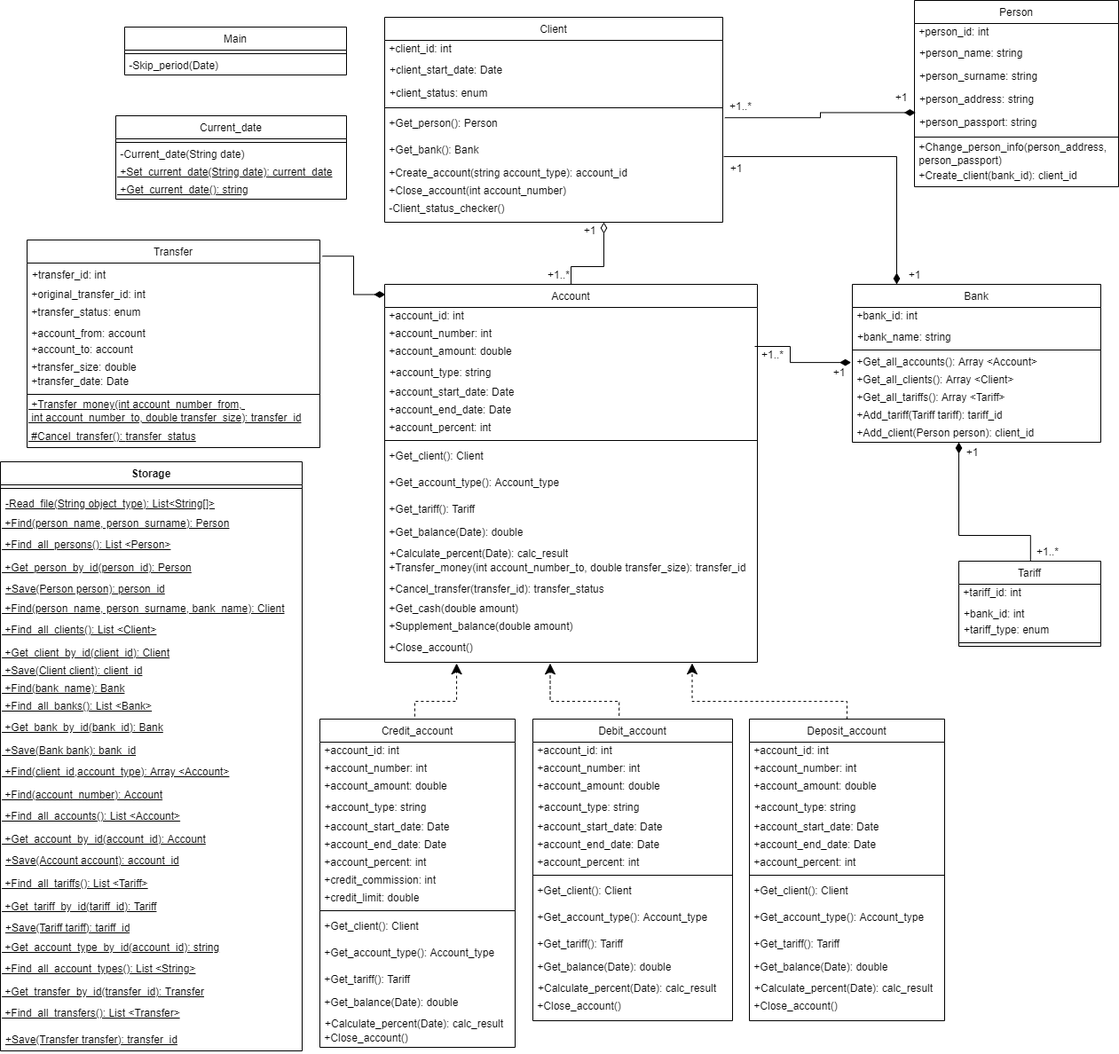
Tanitum/Banking-system keeps this draw.io diagram as Banking diagram.png. Above is the earlier version. Source tidied: cells renumbered, new cells last; positions are measured from the earlier drawing's top-left corner, leaving out a move shared by most shapes.
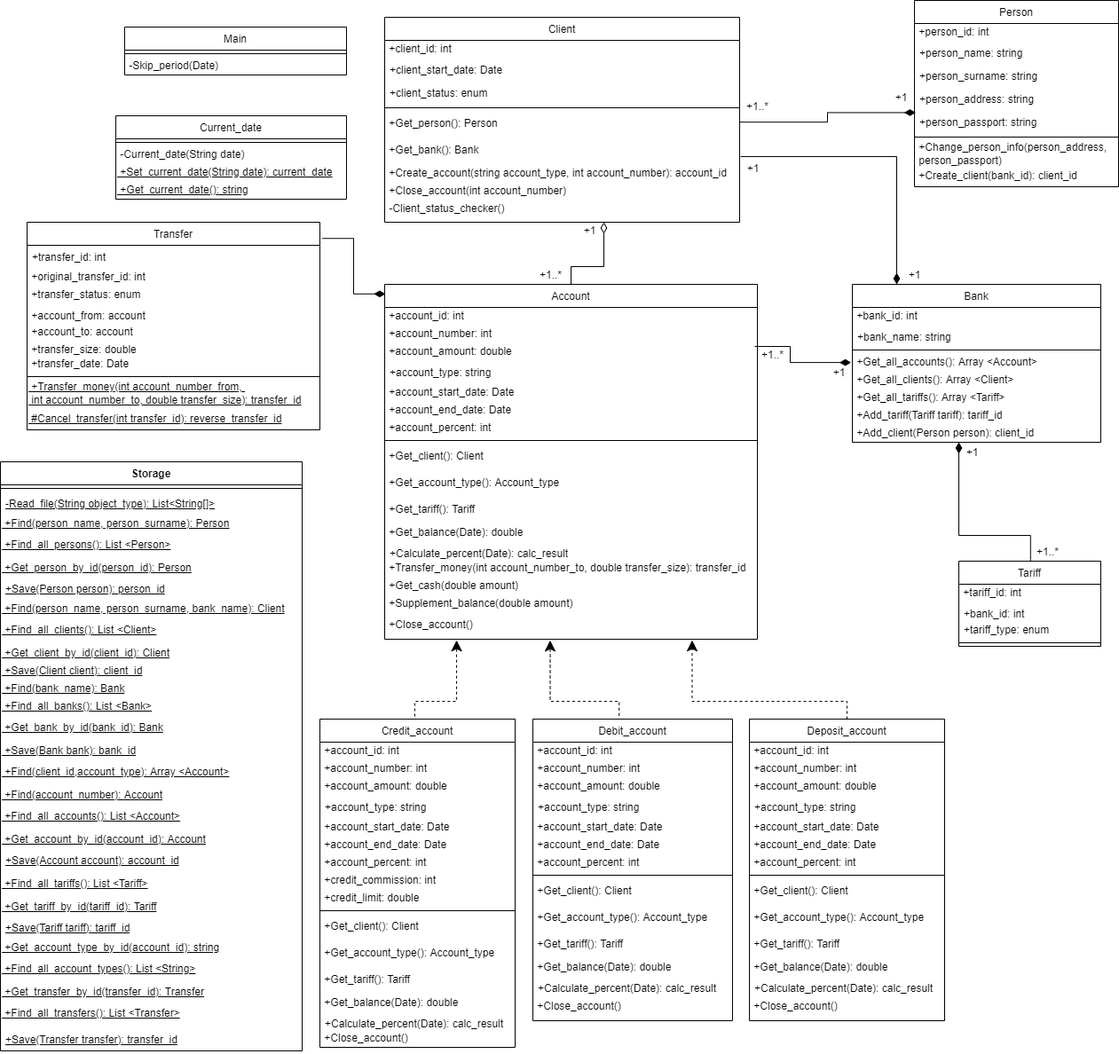
Later version of the same file.

Change to the diagram source:
```diff
@@ -3,37 +3,37 @@
     <mxCell id="0" />
     <mxCell id="1" parent="0" />
     <mxCell id="2" value="Client" style="swimlane;fontStyle=0;align=center;verticalAlign=top;horizontal=1;startSize=26;rounded=0;shadow=0;strokeWidth=1;" parent="1" vertex="1">
-      <mxGeometry x="433" y="19" width="381" height="231" as="geometry" />
+      <mxGeometry x="433" y="19" width="400" height="231" as="geometry" />
     </mxCell>
     <mxCell id="3" value="&lt;span&gt;&amp;nbsp;+client_id: int&lt;/span&gt;" style="text;html=1;align=left;verticalAlign=middle;strokeColor=none;fillColor=none;" parent="2" vertex="1">
-      <mxGeometry y="26" width="381" height="20" as="geometry" />
+      <mxGeometry y="26" width="400" height="20" as="geometry" />
     </mxCell>
     <mxCell id="4" value="+client_start_date: Date" style="text;align=left;verticalAlign=top;spacingLeft=4;spacingRight=4;overflow=hidden;" parent="2" vertex="1">
-      <mxGeometry y="46" width="381" height="26" as="geometry" />
+      <mxGeometry y="46" width="400" height="26" as="geometry" />
     </mxCell>
     <mxCell id="5" value="+client_status: enum" style="text;strokeColor=none;fillColor=none;align=left;verticalAlign=top;spacingLeft=4;spacingRight=4;overflow=hidden;" parent="2" vertex="1">
-      <mxGeometry y="72" width="381" height="26" as="geometry" />
+      <mxGeometry y="72" width="400" height="26" as="geometry" />
     </mxCell>
     <mxCell id="6" style="line;html=1;strokeWidth=1;align=left;verticalAlign=middle;spacingTop=-1;spacingLeft=3;spacingRight=3;labelPosition=right;" parent="2" vertex="1">
-      <mxGeometry y="98" width="381" height="8" as="geometry" />
+      <mxGeometry y="98" width="400" height="8" as="geometry" />
     </mxCell>
     <mxCell id="7" value="&lt;span style=&quot;color: rgb(0 , 0 , 0) ; font-family: &amp;#34;helvetica&amp;#34; ; font-size: 12px ; font-style: normal ; font-weight: 400 ; letter-spacing: normal ; text-align: left ; text-indent: 0px ; text-transform: none ; word-spacing: 0px ; display: inline ; float: none&quot;&gt;&amp;nbsp;+Get_person(): Person&lt;/span&gt;" style="text;whiteSpace=wrap;html=1;" parent="2" vertex="1">
-      <mxGeometry y="106" width="381" height="30" as="geometry" />
+      <mxGeometry y="106" width="400" height="30" as="geometry" />
     </mxCell>
     <mxCell id="8" value="&lt;span style=&quot;font-family: &amp;#34;helvetica&amp;#34;&quot;&gt;&amp;nbsp;+Get_bank(): Bank&lt;/span&gt;" style="text;whiteSpace=wrap;html=1;" parent="2" vertex="1">
-      <mxGeometry y="136" width="381" height="30" as="geometry" />
+      <mxGeometry y="136" width="400" height="30" as="geometry" />
     </mxCell>
-    <mxCell id="9" value="&lt;span&gt;&amp;nbsp;+Create_account(string account_type): account_id&lt;/span&gt;" style="text;html=1;align=left;verticalAlign=middle;strokeColor=none;fillColor=none;" parent="2" vertex="1">
-      <mxGeometry y="166" width="381" height="20" as="geometry" />
+    <mxCell id="9" value="&lt;span&gt;&amp;nbsp;+Create_account(string account_type, int account_number): account_id&lt;/span&gt;" style="text;html=1;align=left;verticalAlign=middle;strokeColor=none;fillColor=none;" parent="2" vertex="1">
+      <mxGeometry y="166" width="400" height="20" as="geometry" />
     </mxCell>
     <mxCell id="10" value="&amp;nbsp;+Close_account(int&lt;span&gt;&amp;nbsp;account_number&lt;/span&gt;)" style="text;html=1;align=left;verticalAlign=middle;strokeColor=none;fillColor=none;" parent="2" vertex="1">
-      <mxGeometry y="186" width="381" height="20" as="geometry" />
+      <mxGeometry y="186" width="400" height="20" as="geometry" />
     </mxCell>
     <mxCell id="11" value="&amp;nbsp;-Client_status_checker()" style="text;html=1;align=left;verticalAlign=middle;strokeColor=none;fillColor=none;" parent="2" vertex="1">
-      <mxGeometry y="206" width="381" height="20" as="geometry" />
+      <mxGeometry y="206" width="400" height="20" as="geometry" />
     </mxCell>
     <mxCell id="12" value="Account" style="swimlane;fontStyle=0;align=center;verticalAlign=top;horizontal=1;startSize=26;rounded=0;shadow=0;strokeWidth=1;" parent="1" vertex="1">
-      <mxGeometry x="433" y="320" width="420" height="426" as="geometry" />
+      <mxGeometry x="433" y="320" width="420" height="400" as="geometry" />
     </mxCell>
     <mxCell id="13" value="&lt;span style=&quot;&quot;&gt;&amp;nbsp;+account_id: int&lt;/span&gt;" style="text;html=1;align=left;verticalAlign=middle;strokeColor=none;fillColor=none;" parent="12" vertex="1">
       <mxGeometry y="26" width="420" height="20" as="geometry" />
@@ -77,17 +77,14 @@
     <mxCell id="26" value="&amp;nbsp;+Transfer_money(int&amp;nbsp;account_number_to, double&amp;nbsp;&lt;span style=&quot;font-family: &amp;#34;helvetica&amp;#34;&quot;&gt;transfer_size&lt;/span&gt;): transfer_id" style="text;html=1;align=left;verticalAlign=middle;strokeColor=none;fillColor=none;" parent="12" vertex="1">
       <mxGeometry y="310" width="420" height="20" as="geometry" />
     </mxCell>
-    <mxCell id="27" value="&lt;span style=&quot;color: rgb(0 , 0 , 0) ; font-family: &amp;#34;helvetica&amp;#34; ; font-size: 12px ; font-style: normal ; font-weight: 400 ; letter-spacing: normal ; text-align: left ; text-indent: 0px ; text-transform: none ; word-spacing: 0px ; display: inline ; float: none&quot;&gt;&amp;nbsp;+Cancel_transfer(transfer_id):&amp;nbsp;&lt;span style=&quot;font-family: &amp;#34;helvetica&amp;#34;&quot;&gt;transfer_status&lt;/span&gt;&lt;/span&gt;" style="text;whiteSpace=wrap;html=1;" parent="12" vertex="1">
-      <mxGeometry y="330" width="420" height="26" as="geometry" />
-    </mxCell>
     <mxCell id="28" value="&amp;nbsp;+Get_cash(double amount)" style="text;html=1;align=left;verticalAlign=middle;strokeColor=none;fillColor=none;" parent="12" vertex="1">
-      <mxGeometry y="356" width="420" height="20" as="geometry" />
+      <mxGeometry y="330" width="420" height="20" as="geometry" />
     </mxCell>
     <mxCell id="29" value="&amp;nbsp;+Supplement_balance(double amount)" style="text;html=1;align=left;verticalAlign=middle;strokeColor=none;fillColor=none;" parent="12" vertex="1">
-      <mxGeometry y="376" width="420" height="20" as="geometry" />
+      <mxGeometry y="350" width="420" height="20" as="geometry" />
     </mxCell>
     <mxCell id="30" value="&lt;span style=&quot;color: rgb(0 , 0 , 0) ; font-family: &amp;#34;helvetica&amp;#34; ; font-size: 12px ; font-style: normal ; font-weight: 400 ; letter-spacing: normal ; text-align: left ; text-indent: 0px ; text-transform: none ; word-spacing: 0px&quot;&gt;&amp;nbsp;+Close_account(&lt;/span&gt;&lt;span style=&quot;color: rgb(0 , 0 , 0) ; font-family: &amp;#34;helvetica&amp;#34; ; font-size: 12px ; font-style: normal ; font-weight: 400 ; letter-spacing: normal ; text-align: left ; text-indent: 0px ; text-transform: none ; word-spacing: 0px&quot;&gt;)&lt;/span&gt;" style="text;whiteSpace=wrap;html=1;" parent="12" vertex="1">
-      <mxGeometry y="396" width="420" height="30" as="geometry" />
+      <mxGeometry y="370" width="420" height="30" as="geometry" />
     </mxCell>
     <mxCell id="31" style="endArrow=diamondThin;endSize=10;endFill=0;shadow=0;strokeWidth=1;rounded=0;edgeStyle=elbowEdgeStyle;elbow=vertical;exitX=0.5;exitY=0;exitDx=0;exitDy=0;" parent="1" edge="1" source="12" target="2">
       <mxGeometry relative="1" as="geometry">
@@ -129,7 +126,7 @@
       <mxGeometry x="648.5" y="250" width="30" height="20" as="geometry" />
     </mxCell>
     <mxCell id="42" value="+1..*" style="text;html=1;align=center;verticalAlign=middle;strokeColor=none;fillColor=none;" parent="1" vertex="1">
-      <mxGeometry x="608.5" y="300" width="40" height="20" as="geometry" />
+      <mxGeometry x="600" y="300" width="40" height="20" as="geometry" />
     </mxCell>
     <mxCell id="43" value="Bank" style="swimlane;fontStyle=0;align=center;verticalAlign=top;horizontal=1;startSize=26;" parent="1" vertex="1">
       <mxGeometry x="960" y="320" width="280" height="178" as="geometry" />
@@ -192,13 +189,11 @@
     <mxCell id="56" value="+1" style="text;html=1;align=center;verticalAlign=middle;strokeColor=none;fillColor=none;" parent="1" vertex="1">
       <mxGeometry x="930" y="410" width="30" height="20" as="geometry" />
     </mxCell>
-    <mxCell id="57" style="edgeStyle=elbowEdgeStyle;elbow=horizontal;endArrow=diamondThin;html=1;rounded=0;endSize=10;targetPerimeterSpacing=10;strokeWidth=1;entryX=0.006;entryY=0.094;entryDx=0;entryDy=0;entryPerimeter=0;endFill=1;startArrow=none;exitX=1.006;exitY=0.24;exitDx=0;exitDy=0;exitPerimeter=0;" parent="1" edge="1" target="37">
-      <mxGeometry relative="1" as="geometry">
-        <mxPoint x="816.3" y="132.2" as="sourcePoint" />
-      </mxGeometry>
+    <mxCell id="57" style="edgeStyle=elbowEdgeStyle;elbow=horizontal;endArrow=diamondThin;html=1;rounded=0;endSize=10;targetPerimeterSpacing=10;strokeWidth=1;entryX=0.006;entryY=0.094;entryDx=0;entryDy=0;entryPerimeter=0;endFill=1;startArrow=none;exitX=1;exitY=0.406;exitDx=0;exitDy=0;exitPerimeter=0;" parent="1" edge="1" source="7" target="37">
+      <mxGeometry relative="1" as="geometry" />
     </mxCell>
     <mxCell id="58" value="+1" style="text;html=1;align=center;verticalAlign=middle;strokeColor=none;fillColor=none;" parent="1" vertex="1">
-      <mxGeometry x="814" y="180" width="30" height="20" as="geometry" />
+      <mxGeometry x="833" y="180" width="30" height="20" as="geometry" />
     </mxCell>
     <mxCell id="59" value="+1" style="text;html=1;align=center;verticalAlign=middle;strokeColor=none;fillColor=none;" parent="1" vertex="1">
       <mxGeometry x="1000" y="100" width="30" height="20" as="geometry" />
@@ -415,10 +410,10 @@
       </mxGeometry>
     </mxCell>
     <mxCell id="121" value="+1..*" style="text;html=1;align=center;verticalAlign=middle;strokeColor=none;fillColor=none;" parent="1" vertex="1">
-      <mxGeometry x="814" y="110" width="40" height="20" as="geometry" />
+      <mxGeometry x="833" y="110" width="40" height="20" as="geometry" />
     </mxCell>
     <mxCell id="122" value="Transfer" style="swimlane;fontStyle=0;align=center;verticalAlign=top;horizontal=1;startSize=26;" parent="1" vertex="1">
-      <mxGeometry x="30" y="270" width="330" height="234" as="geometry" />
+      <mxGeometry x="30" y="250" width="330" height="234" as="geometry" />
     </mxCell>
     <mxCell id="123" value="+transfer_id: int" style="text;strokeColor=none;fillColor=none;align=left;verticalAlign=top;spacingLeft=4;spacingRight=4;overflow=hidden;" parent="122" vertex="1">
       <mxGeometry y="26" width="330" height="26" as="geometry" />
@@ -447,7 +442,7 @@
     <mxCell id="131" value="&amp;nbsp;+Transfer_money(int&amp;nbsp;account_number_from, &lt;br&gt;&amp;nbsp;int&amp;nbsp;account_number_to, double&amp;nbsp;&lt;span style=&quot;font-family: &amp;quot;helvetica&amp;quot;&quot;&gt;transfer_size&lt;/span&gt;): transfer_id" style="text;html=1;align=left;verticalAlign=middle;strokeColor=none;fillColor=none;fontStyle=4;" parent="122" vertex="1">
       <mxGeometry y="178" width="330" height="30" as="geometry" />
     </mxCell>
-    <mxCell id="132" value="&lt;span style=&quot;color: rgb(0 , 0 , 0) ; font-family: &amp;quot;helvetica&amp;quot; ; font-size: 12px ; font-style: normal ; font-weight: 400 ; letter-spacing: normal ; text-align: left ; text-indent: 0px ; text-transform: none ; word-spacing: 0px ; display: inline ; float: none&quot;&gt;&amp;nbsp;#Cancel_transfer():&amp;nbsp;&lt;span style=&quot;font-family: &amp;quot;helvetica&amp;quot;&quot;&gt;transfer_status&lt;/span&gt;&lt;/span&gt;" style="text;whiteSpace=wrap;html=1;fontStyle=4;" parent="122" vertex="1">
+    <mxCell id="132" value="&lt;span style=&quot;color: rgb(0 , 0 , 0) ; font-family: &amp;#34;helvetica&amp;#34; ; font-size: 12px ; font-style: normal ; font-weight: 400 ; letter-spacing: normal ; text-align: left ; text-indent: 0px ; text-transform: none ; word-spacing: 0px ; display: inline ; float: none&quot;&gt;&amp;nbsp;#Cancel_transfer(int transfer_id&lt;/span&gt;&lt;span style=&quot;font-size: 12px ; font-style: normal ; font-weight: 400 ; letter-spacing: normal ; text-align: left ; text-indent: 0px ; text-transform: none ; word-spacing: 0px ; display: inline ; float: none&quot;&gt;&lt;span style=&quot;color: rgb(0 , 0 , 0) ; font-family: &amp;#34;helvetica&amp;#34;&quot;&gt;): reverse_&lt;/span&gt;&lt;span style=&quot;color: rgb(0 , 0 , 0) ; font-family: &amp;#34;helvetica&amp;#34;&quot;&gt;transfer_id&lt;/span&gt;&lt;br&gt;&lt;/span&gt;" style="text;whiteSpace=wrap;html=1;fontStyle=4;" parent="122" vertex="1">
       <mxGeometry y="208" width="330" height="26" as="geometry" />
     </mxCell>
     <mxCell id="133" value="Storage" style="swimlane;fontStyle=1;align=center;verticalAlign=top;horizontal=1;startSize=26;" parent="1" vertex="1">
```
